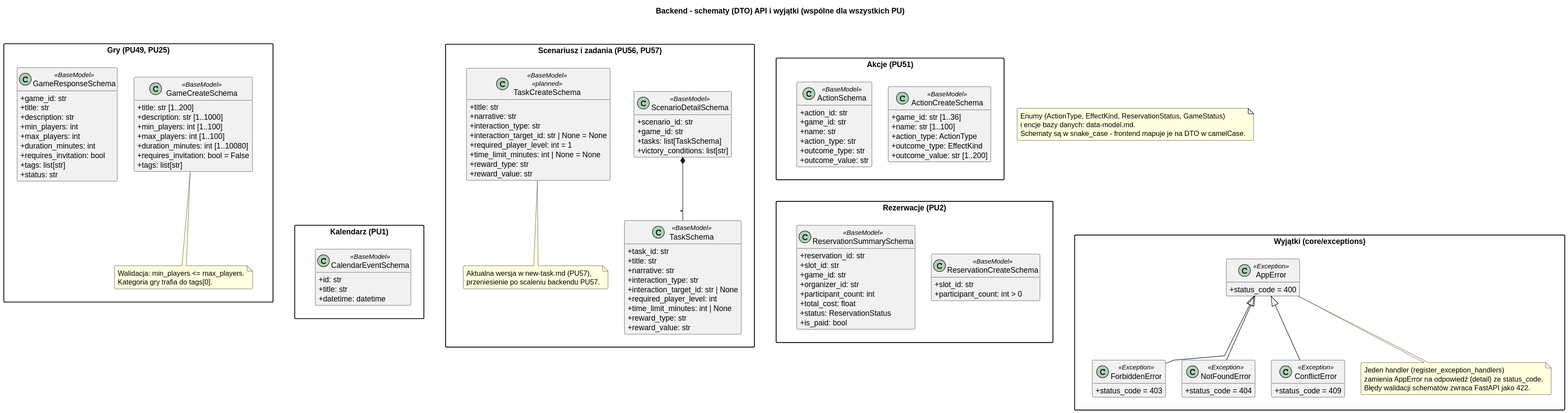
Before: diagrams/backend/rendered/interfaces.svg, a diagram exported from PlantUML (Igor-Ochocki/POP-2026Z).
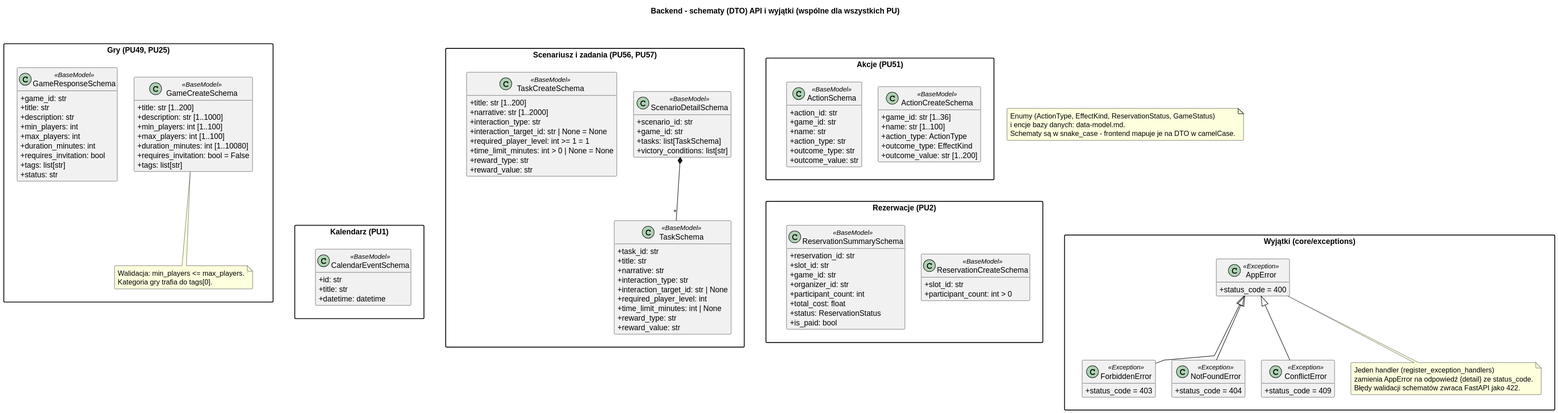
Above is the later version.

Change to the diagram source:
```diff
@@ -59,23 +59,19 @@
         + reward_value: str
     }
 
-    class TaskCreateSchema <<BaseModel>> <<planned>> {
-        + title: str
-        + narrative: str
+    class TaskCreateSchema <<BaseModel>> {
+        + title: str [1..200]
+        + narrative: str [1..2000]
         + interaction_type: str
         + interaction_target_id: str | None = None
-        + required_player_level: int = 1
-        + time_limit_minutes: int | None = None
+        + required_player_level: int >= 1 = 1
+        + time_limit_minutes: int > 0 | None = None
         + reward_type: str
         + reward_value: str
     }
 
     ScenarioDetailSchema *-- "*" TaskSchema
 
-    note bottom of TaskCreateSchema
-        Aktualna wersja w new-task.md (PU57),
-        przeniesienie po scaleniu backendu PU57.
-    end note
 }
 
 package "Akcje (PU51)" as P_Actions {
```
